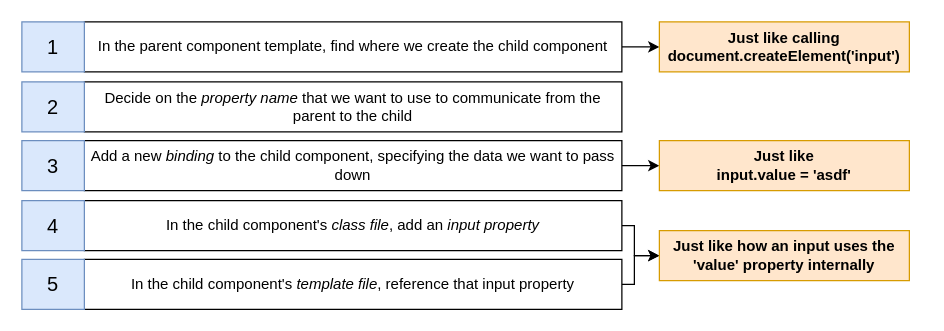
The draw.io diagram page "27 - relation" (16 of 19) of diagrams/cards/diagrams.drawio in StephenGrider/ng-casts, before the edit. Source tidied: cells renumbered, new cells numbered last; positions are measured from the earlier drawing's top-left corner, leaving out a move shared by most shapes. Both pictures are drawn from the tidied source at 125%, with x=0, y=0 at pixel (21, 21).
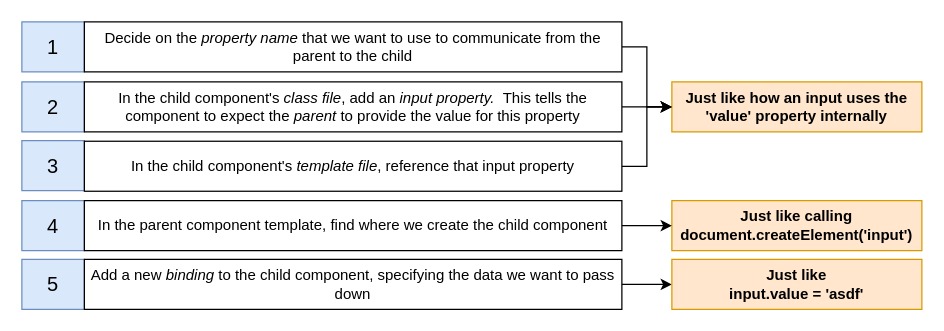
The same page after the edit.

The edit, as a diff of the source:
```diff
@@
-    <mxCell id="2" style="edgeStyle=orthogonalEdgeStyle;rounded=0;jettySize=auto;html=1;exitX=1;exitY=0.5;exitDx=0;exitDy=0;strokeWidth=1;fontSize=14;" parent="1" edge="1" source="3">
-      <mxGeometry relative="1" as="geometry">
-        <mxPoint x="510" y="20" as="targetPoint" />
-      </mxGeometry>
-    </mxCell>
+    <mxCell id="4" value="1" style="rounded=0;whiteSpace=wrap;html=1;shadow=0;strokeWidth=1;fillColor=#dae8fc;fontSize=16;align=center;strokeColor=#6c8ebf;" parent="1" vertex="1">
+      <mxGeometry width="50" height="40" as="geometry" />
+    </mxCell>
+    <mxCell id="6" value="3" style="rounded=0;whiteSpace=wrap;html=1;shadow=0;strokeWidth=1;fillColor=#dae8fc;fontSize=16;align=center;strokeColor=#6c8ebf;" parent="1" vertex="1">
+      <mxGeometry y="95" width="50" height="40" as="geometry" />
+    </mxCell>
+    <mxCell id="9" value="4" style="rounded=0;whiteSpace=wrap;html=1;shadow=0;strokeWidth=1;fillColor=#dae8fc;fontSize=16;align=center;strokeColor=#6c8ebf;" parent="1" vertex="1">
+      <mxGeometry y="143" width="50" height="40" as="geometry" />
+    </mxCell>
+    <mxCell id="12" value="5" style="rounded=0;whiteSpace=wrap;html=1;shadow=0;strokeWidth=1;fillColor=#dae8fc;fontSize=16;align=center;strokeColor=#6c8ebf;" parent="1" vertex="1">
+      <mxGeometry y="190" width="50" height="40" as="geometry" />
+    </mxCell>
+    <mxCell id="14" value="2" style="rounded=0;whiteSpace=wrap;html=1;shadow=0;strokeWidth=1;fillColor=#dae8fc;fontSize=16;align=center;strokeColor=#6c8ebf;" parent="1" vertex="1">
+      <mxGeometry y="48" width="50" height="40" as="geometry" />
+    </mxCell>
+    <mxCell id="15" value="Just like calling &lt;br&gt;document.createElement('input')" style="rounded=0;whiteSpace=wrap;html=1;shadow=0;strokeWidth=1;fontSize=12;align=center;fontStyle=1;fillColor=#ffe6cc;strokeColor=#d79b00;" parent="1" vertex="1">
+      <mxGeometry x="520" y="143" width="200" height="40" as="geometry" />
+    </mxCell>
+    <mxCell id="18" value="Just like how an input uses the 'value' property internally" style="rounded=0;whiteSpace=wrap;html=1;shadow=0;strokeWidth=1;fontSize=12;align=center;fillColor=#ffe6cc;strokeColor=#d79b00;fontStyle=1;" parent="1" vertex="1">
+      <mxGeometry x="520" y="48" width="200" height="40" as="geometry" />
+    </mxCell>
+    <mxCell id="19" style="edgeStyle=orthogonalEdgeStyle;rounded=0;jettySize=auto;html=1;exitX=1;exitY=0.5;exitDx=0;exitDy=0;strokeWidth=1;fontSize=11;" parent="1" edge="1" source="3" target="15">
+      <mxGeometry relative="1" as="geometry" />
+    </mxCell>
     <mxCell id="3" value="In the parent component template, find where we create the child component" style="rounded=0;whiteSpace=wrap;html=1;shadow=0;strokeWidth=1;fontSize=12;align=center;" parent="1" vertex="1">
-      <mxGeometry x="50" width="430" height="40" as="geometry" />
+      <mxGeometry x="50" y="143" width="430" height="40" as="geometry" />
     </mxCell>
-    <mxCell id="4" value="1" style="rounded=0;whiteSpace=wrap;html=1;shadow=0;strokeWidth=1;fillColor=#dae8fc;fontSize=16;align=center;strokeColor=#6c8ebf;" parent="1" vertex="1">
-      <mxGeometry width="50" height="40" as="geometry" />
-    </mxCell>
+    <mxCell id="20" style="edgeStyle=orthogonalEdgeStyle;rounded=0;jettySize=auto;html=1;exitX=1;exitY=0.5;exitDx=0;exitDy=0;strokeWidth=1;fontSize=11;" parent="1" edge="1" source="5" target="17">
+      <mxGeometry relative="1" as="geometry" />
+    </mxCell>
     <mxCell id="5" value="Add a new &lt;i&gt;binding&amp;nbsp;&lt;/i&gt;to the child component, specifying the data we want to pass down" style="rounded=0;whiteSpace=wrap;html=1;shadow=0;strokeWidth=1;fontSize=12;align=center;" parent="1" vertex="1">
-      <mxGeometry x="50" y="95" width="430" height="40" as="geometry" />
+      <mxGeometry x="50" y="190" width="430" height="40" as="geometry" />
     </mxCell>
-    <mxCell id="6" value="3" style="rounded=0;whiteSpace=wrap;html=1;shadow=0;strokeWidth=1;fillColor=#dae8fc;fontSize=16;align=center;strokeColor=#6c8ebf;" parent="1" vertex="1">
-      <mxGeometry y="95" width="50" height="40" as="geometry" />
-    </mxCell>
-    <mxCell id="7" style="edgeStyle=orthogonalEdgeStyle;rounded=0;jettySize=auto;html=1;exitX=1;exitY=0.5;exitDx=0;exitDy=0;strokeWidth=1;fontSize=17;" parent="1" edge="1" source="8" target="18">
-      <mxGeometry relative="1" as="geometry">
-        <Array as="points">
-          <mxPoint x="490" y="163" />
-          <mxPoint x="490" y="187" />
-        </Array>
-      </mxGeometry>
-    </mxCell>
-    <mxCell id="8" value="In the child component's &lt;i&gt;class file&lt;/i&gt;, add an &lt;i&gt;input property&lt;/i&gt;" style="rounded=0;whiteSpace=wrap;html=1;shadow=0;strokeWidth=1;fontSize=12;align=center;" parent="1" vertex="1">
-      <mxGeometry x="50" y="143" width="430" height="40" as="geometry" />
-    </mxCell>
-    <mxCell id="9" value="4" style="rounded=0;whiteSpace=wrap;html=1;shadow=0;strokeWidth=1;fillColor=#dae8fc;fontSize=16;align=center;strokeColor=#6c8ebf;" parent="1" vertex="1">
-      <mxGeometry y="143" width="50" height="40" as="geometry" />
-    </mxCell>
+    <mxCell id="21" style="edgeStyle=orthogonalEdgeStyle;rounded=0;jettySize=auto;html=1;exitX=1;exitY=0.5;exitDx=0;exitDy=0;strokeWidth=1;fontSize=11;" parent="1" edge="1" source="22" target="18">
+      <mxGeometry relative="1" as="geometry" />
+    </mxCell>
+    <mxCell id="22" value="In the child component's&amp;nbsp;&lt;i&gt;class file&lt;/i&gt;, add an&amp;nbsp;&lt;i&gt;input property.&amp;nbsp;&amp;nbsp;&lt;/i&gt;This tells the component to expect the&lt;i&gt;&amp;nbsp;parent&lt;/i&gt;&amp;nbsp;to provide the value for this property" style="rounded=0;whiteSpace=wrap;html=1;shadow=0;strokeWidth=1;fontSize=12;align=center;" parent="1" vertex="1">
+      <mxGeometry x="50" y="48" width="430" height="40" as="geometry" />
+    </mxCell>
-    <mxCell id="10" style="edgeStyle=orthogonalEdgeStyle;rounded=0;jettySize=auto;html=1;exitX=1;exitY=0.5;exitDx=0;exitDy=0;strokeWidth=1;fontSize=17;" parent="1" edge="1" source="11" target="18">
-      <mxGeometry relative="1" as="geometry">
-        <Array as="points">
-          <mxPoint x="490" y="210" />
-          <mxPoint x="490" y="187" />
-        </Array>
-      </mxGeometry>
+    <mxCell id="10" style="edgeStyle=orthogonalEdgeStyle;rounded=0;jettySize=auto;html=1;exitX=1;exitY=0.5;exitDx=0;exitDy=0;entryX=0;entryY=0.5;entryDx=0;entryDy=0;strokeWidth=1;fontSize=11;" parent="1" edge="1" source="11" target="18">
+      <mxGeometry relative="1" as="geometry" />
     </mxCell>
     <mxCell id="11" value="In the child component's &lt;i&gt;template file&lt;/i&gt;, reference that input property" style="rounded=0;whiteSpace=wrap;html=1;shadow=0;strokeWidth=1;fontSize=12;align=center;" parent="1" vertex="1">
-      <mxGeometry x="50" y="190" width="430" height="40" as="geometry" />
+      <mxGeometry x="50" y="95.5" width="430" height="40" as="geometry" />
     </mxCell>
-    <mxCell id="12" value="5" style="rounded=0;whiteSpace=wrap;html=1;shadow=0;strokeWidth=1;fillColor=#dae8fc;fontSize=16;align=center;strokeColor=#6c8ebf;" parent="1" vertex="1">
-      <mxGeometry y="190" width="50" height="40" as="geometry" />
-    </mxCell>
+    <mxCell id="23" style="edgeStyle=orthogonalEdgeStyle;rounded=0;jettySize=auto;html=1;exitX=1;exitY=0.5;exitDx=0;exitDy=0;entryX=0;entryY=0.5;entryDx=0;entryDy=0;strokeWidth=1;fontSize=11;" parent="1" edge="1" source="13" target="18">
+      <mxGeometry relative="1" as="geometry" />
+    </mxCell>
     <mxCell id="13" value="Decide on the &lt;i&gt;property name&lt;/i&gt;&amp;nbsp;that we want to use to communicate from the parent to the child" style="rounded=0;whiteSpace=wrap;html=1;shadow=0;strokeWidth=1;fontSize=12;align=center;" parent="1" vertex="1">
-      <mxGeometry x="50" y="48" width="430" height="40" as="geometry" />
+      <mxGeometry x="50" width="430" height="40" as="geometry" />
     </mxCell>
-    <mxCell id="14" value="2" style="rounded=0;whiteSpace=wrap;html=1;shadow=0;strokeWidth=1;fillColor=#dae8fc;fontSize=16;align=center;strokeColor=#6c8ebf;" parent="1" vertex="1">
-      <mxGeometry y="48" width="50" height="40" as="geometry" />
-    </mxCell>
-    <mxCell id="15" value="Just like calling &lt;br&gt;document.createElement('input')" style="rounded=0;whiteSpace=wrap;html=1;shadow=0;strokeWidth=1;fontSize=12;align=center;fontStyle=1;fillColor=#ffe6cc;strokeColor=#d79b00;" parent="1" vertex="1">
-      <mxGeometry x="510" width="200" height="40" as="geometry" />
-    </mxCell>
-    <mxCell id="16" style="edgeStyle=orthogonalEdgeStyle;rounded=0;orthogonalLoop=1;jettySize=auto;html=1;exitX=1;exitY=0.5;exitDx=0;exitDy=0;strokeWidth=1;fontSize=14;" parent="1" edge="1">
-      <mxGeometry relative="1" as="geometry">
-        <mxPoint x="480" y="115" as="sourcePoint" />
-        <mxPoint x="510" y="115" as="targetPoint" />
-      </mxGeometry>
-    </mxCell>
     <mxCell id="17" value="Just like &lt;br&gt;input.value = 'asdf'" style="rounded=0;whiteSpace=wrap;html=1;shadow=0;strokeWidth=1;fontSize=12;align=center;fillColor=#ffe6cc;strokeColor=#d79b00;fontStyle=1;" parent="1" vertex="1">
-      <mxGeometry x="510" y="95" width="200" height="40" as="geometry" />
+      <mxGeometry x="520" y="190" width="200" height="40" as="geometry" />
     </mxCell>
-    <mxCell id="18" value="Just like how an input uses the 'value' property internally" style="rounded=0;whiteSpace=wrap;html=1;shadow=0;strokeWidth=1;fontSize=12;align=center;fillColor=#ffe6cc;strokeColor=#d79b00;fontStyle=1;" parent="1" vertex="1">
-      <mxGeometry x="510" y="167" width="200" height="40" as="geometry" />
-    </mxCell>
```
